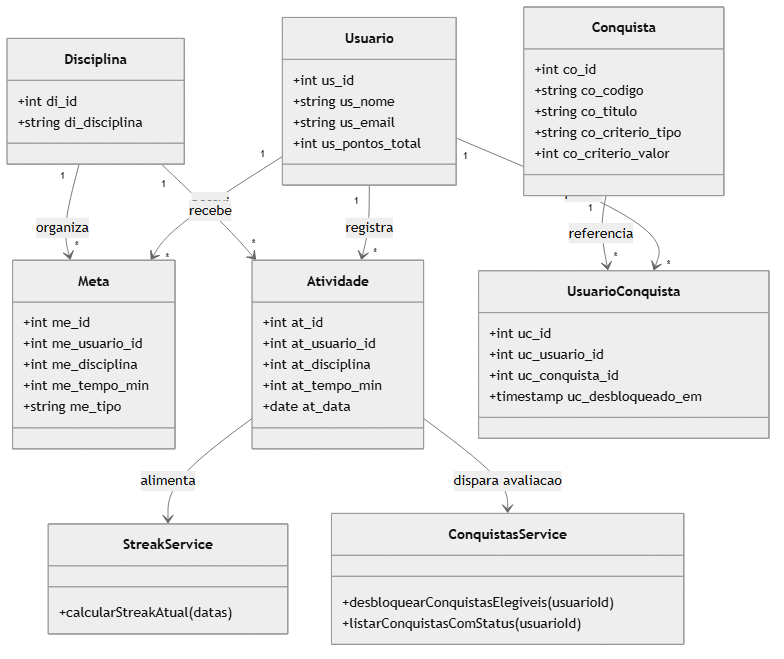
This is docs/Diagrama de Classe.png from art4raujo0/xp-diario, a Mermaid export, as it was before one commit. Its source is kept beside it as docs/mermaid/Diagrama de Classe.mmd.
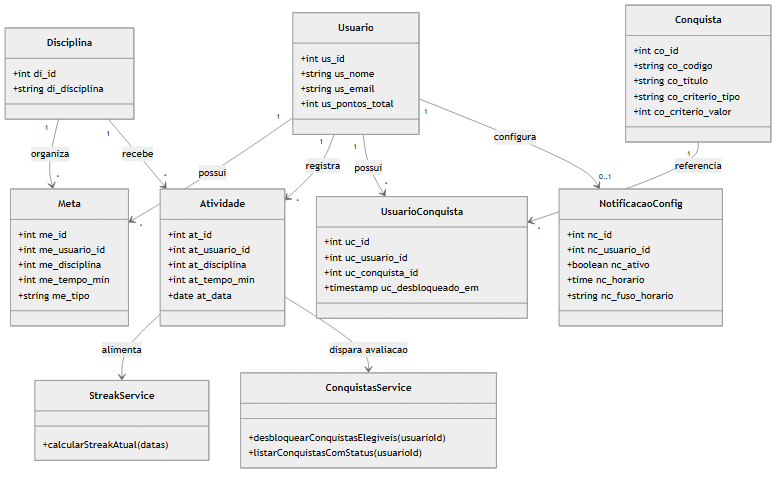
After the commit.

Diff of the diagram source:
```diff
@@ -43,6 +43,14 @@
         +timestamp uc_desbloqueado_em
     }
 
+    class NotificacaoConfig {
+        +int nc_id
+        +int nc_usuario_id
+        +boolean nc_ativo
+        +time nc_horario
+        +string nc_fuso_horario
+    }
+
     class StreakService {
         +calcularStreakAtual(datas)
     }
@@ -55,6 +63,7 @@
     Usuario "1" --> "*" Meta : possui
     Usuario "1" --> "*" Atividade : registra
     Usuario "1" --> "*" UsuarioConquista : possui
+    Usuario "1" --> "0..1" NotificacaoConfig : configura
     Disciplina "1" --> "*" Meta : organiza
     Disciplina "1" --> "*" Atividade : recebe
     Conquista "1" --> "*" UsuarioConquista : referencia
```
